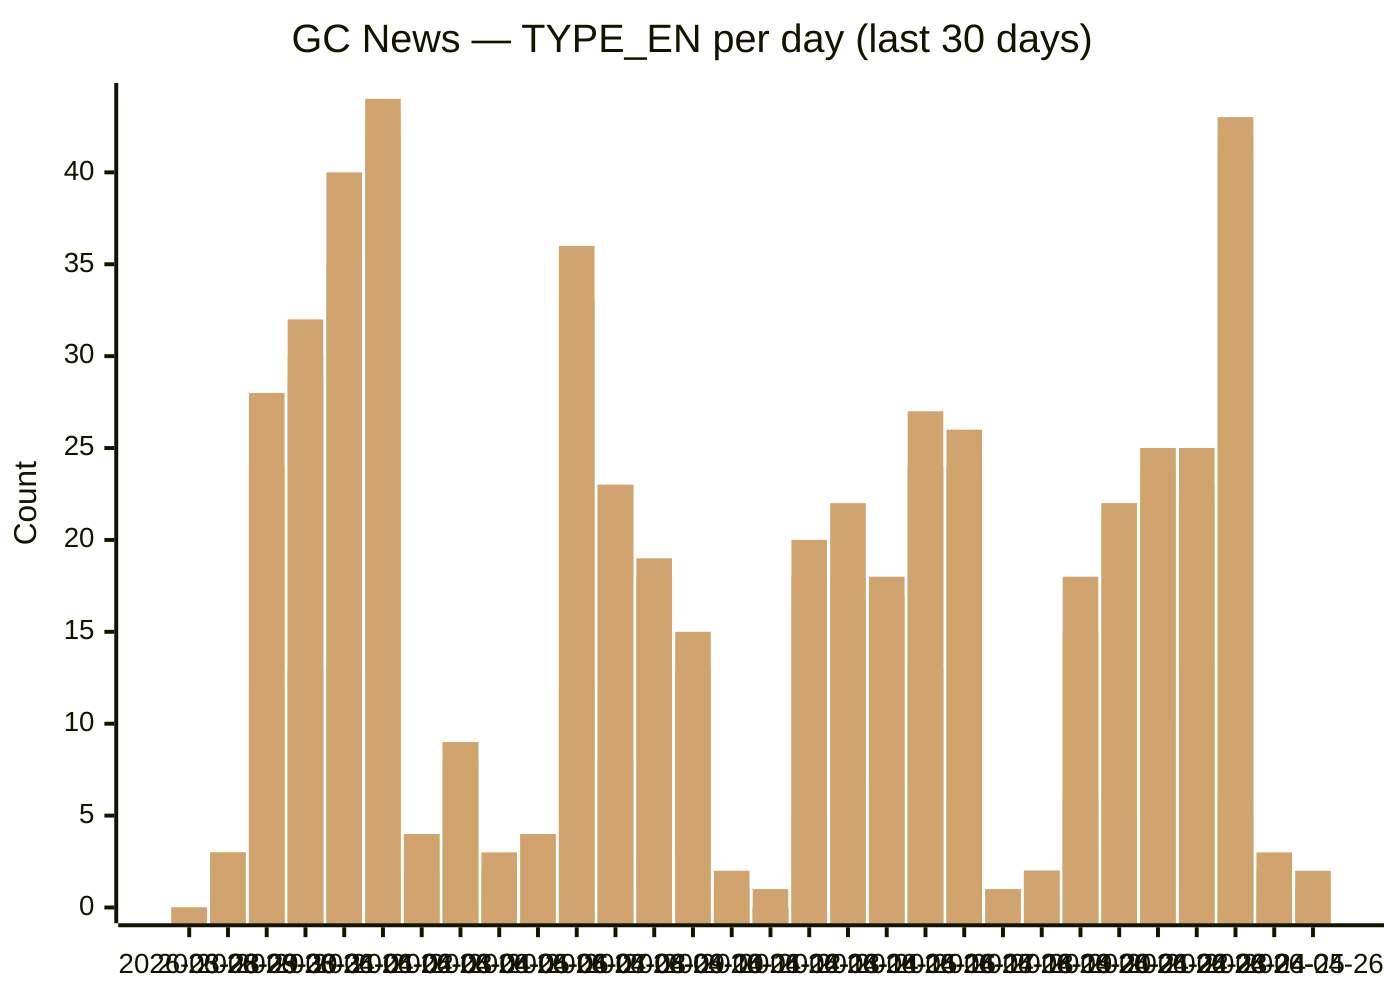
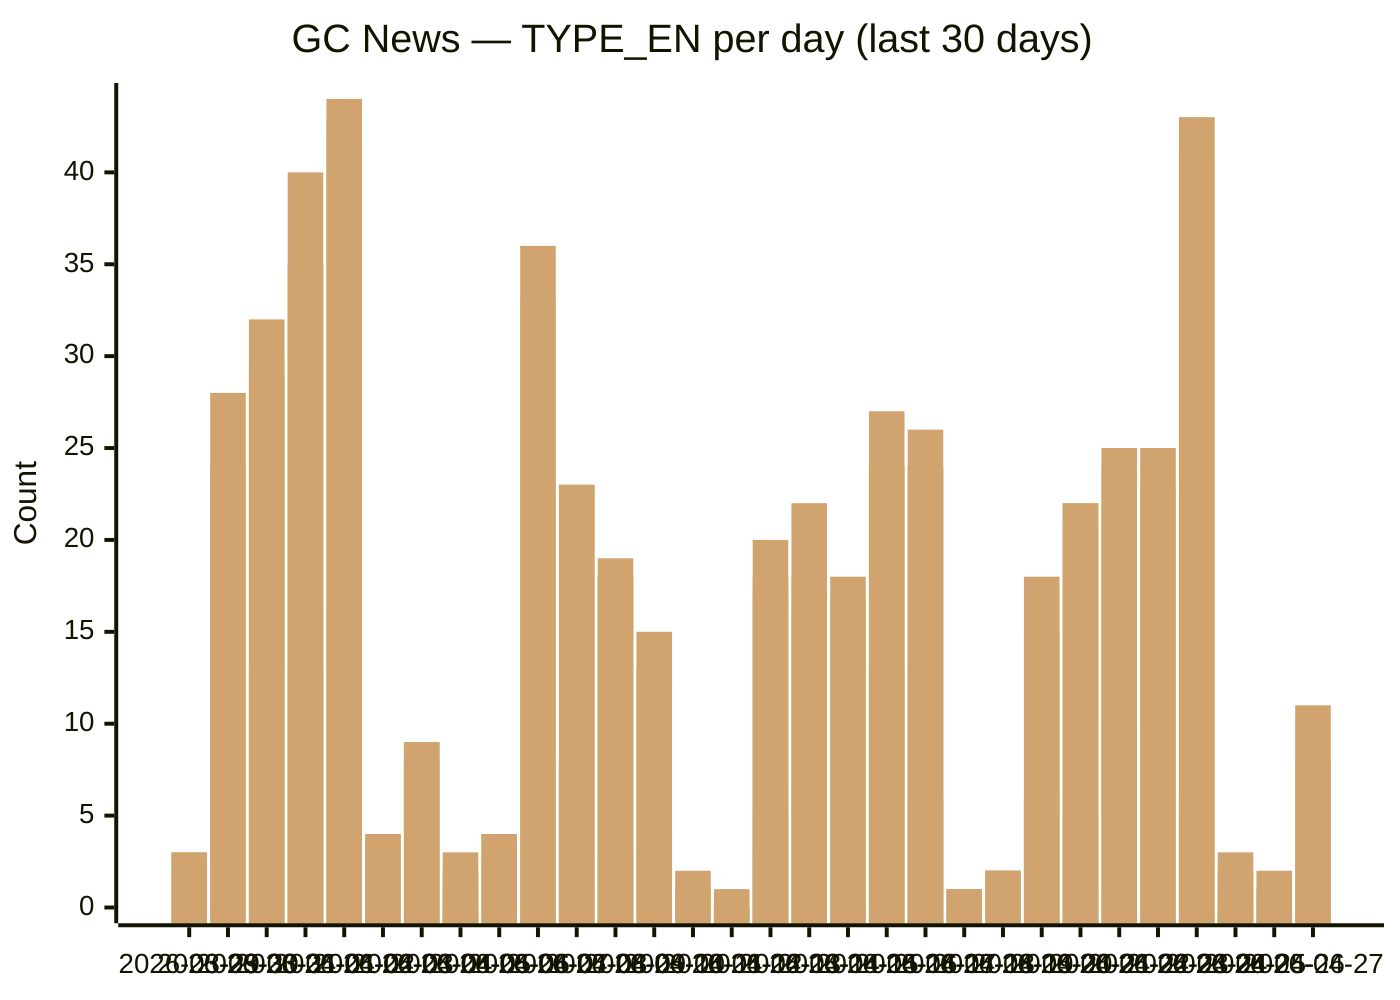
xychart-beta
  title "GC News — TYPE_EN per day (last 30 days)"
-   x-axis [2026-03-28, 2026-03-29, 2026-03-30, 2026-03-31, 2026-04-01, 2026-04-02, 2026-04-03, 2026-04-04, 2026-04-05, 2026-04-06, 2026-04-07, 2026-04-08, 2026-04-09, 2026-04-10, 2026-04-11, 2026-04-12, 2026-04-13, 2026-04-14, 2026-04-15, 2026-04-16, 2026-04-17, 2026-04-18, 2026-04-19, 2026-04-20, 2026-04-21, 2026-04-22, 2026-04-23, 2026-04-24, 2026-04-25, 2026-04-26]
+   x-axis [2026-03-29, 2026-03-30, 2026-03-31, 2026-04-01, 2026-04-02, 2026-04-03, 2026-04-04, 2026-04-05, 2026-04-06, 2026-04-07, 2026-04-08, 2026-04-09, 2026-04-10, 2026-04-11, 2026-04-12, 2026-04-13, 2026-04-14, 2026-04-15, 2026-04-16, 2026-04-17, 2026-04-18, 2026-04-19, 2026-04-20, 2026-04-21, 2026-04-22, 2026-04-23, 2026-04-24, 2026-04-25, 2026-04-26, 2026-04-27]
  y-axis "Count" 0 --> 44
-   bar backgrounders [0, 0, 1, 3, 1, 5, 1, 0, 0, 0, 5, 1, 1, 0, 0, 0, 3, 2, 1, 0, 3, 0, 0, 3, 1, 2, 1, 5, 0, 0]
-   bar "media advisories" [0, 2, 12, 13, 13, 16, 2, 8, 1, 3, 12, 8, 3, 4, 1, 0, 5, 7, 7, 13, 6, 0, 2, 6, 5, 10, 13, 6, 0, 1]
-   bar "news releases" [0, 2, 24, 29, 35, 42, 4, 9, 2, 4, 33, 23, 18, 12, 1, 0, 17, 16, 17, 24, 24, 1, 2, 15, 21, 24, 22, 41, 1, 1]
-   bar readouts [0, 3, 24, 29, 35, 42, 4, 9, 2, 4, 33, 23, 18, 13, 1, 0, 18, 16, 17, 24, 24, 1, 2, 15, 22, 24, 22, 42, 2, 1]
-   bar speeches [0, 3, 24, 30, 35, 43, 4, 9, 2, 4, 33, 23, 18, 13, 1, 0, 18, 18, 17, 24, 24, 1, 2, 15, 22, 24, 23, 43, 2, 1]
-   bar statements [0, 3, 28, 32, 40, 44, 4, 9, 3, 4, 36, 23, 19, 15, 2, 1, 20, 22, 18, 27, 26, 1, 2, 18, 22, 25, 25, 43, 3, 2]
+   bar backgrounders [0, 1, 3, 1, 5, 1, 0, 0, 0, 5, 1, 1, 0, 0, 0, 3, 2, 1, 0, 3, 0, 0, 3, 1, 2, 1, 5, 0, 0, 1]
+   bar "media advisories" [2, 12, 13, 13, 16, 2, 8, 1, 3, 12, 8, 3, 4, 1, 0, 5, 7, 7, 13, 6, 0, 2, 6, 5, 10, 13, 6, 0, 1, 1]
+   bar "news releases" [2, 24, 29, 35, 42, 4, 9, 2, 4, 33, 23, 18, 12, 1, 0, 17, 16, 17, 24, 24, 1, 2, 15, 21, 24, 22, 41, 1, 1, 8]
+   bar readouts [3, 24, 29, 35, 42, 4, 9, 2, 4, 33, 23, 18, 13, 1, 0, 18, 16, 17, 24, 24, 1, 2, 15, 22, 24, 22, 42, 2, 1, 8]
+   bar speeches [3, 24, 30, 35, 43, 4, 9, 2, 4, 33, 23, 18, 13, 1, 0, 18, 18, 17, 24, 24, 1, 2, 15, 22, 24, 23, 43, 2, 1, 8]
+   bar statements [3, 28, 32, 40, 44, 4, 9, 3, 4, 36, 23, 19, 15, 2, 1, 20, 22, 18, 27, 26, 1, 2, 18, 22, 25, 25, 43, 3, 2, 11]
